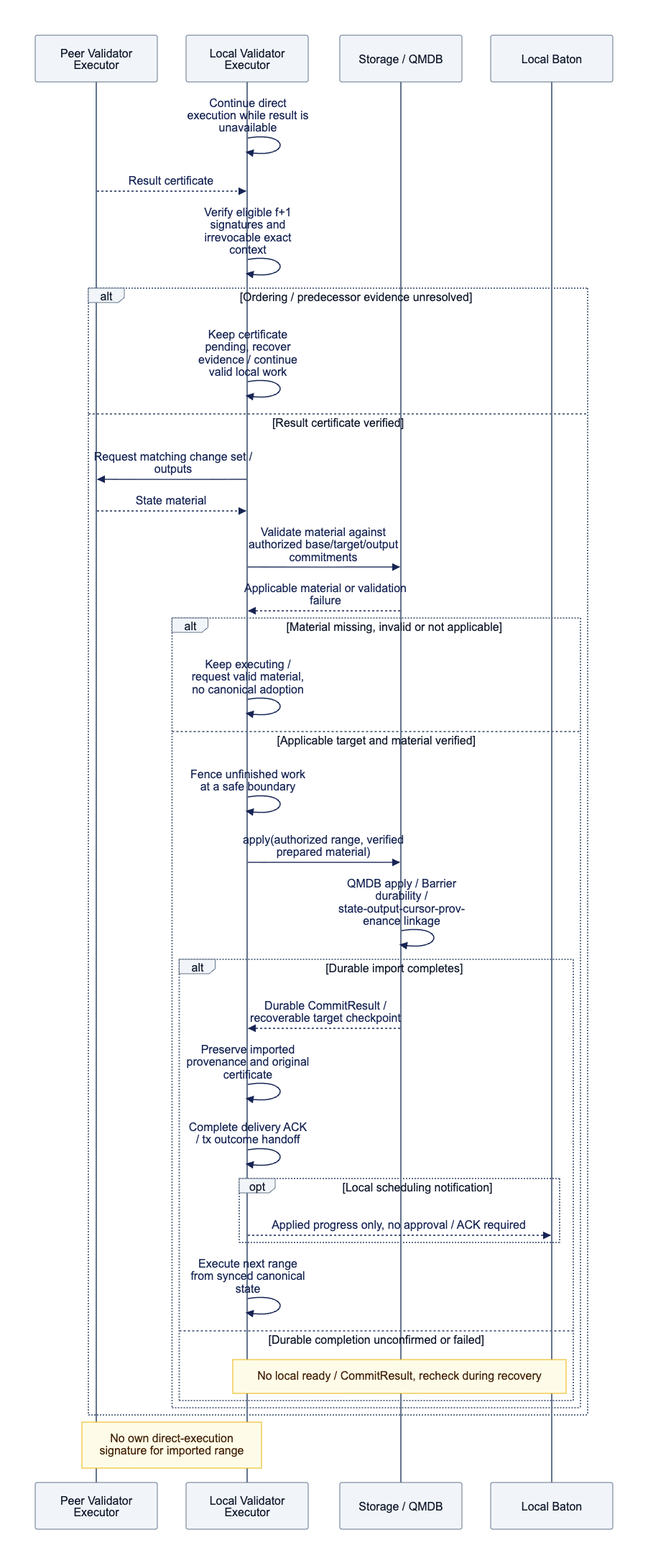
djm07073/baton-research keeps this Mermaid diagram as docs/assets/diagrams/diagram-14.png. Above is the earlier version. Its source is kept beside it as docs/assets/diagrams/diagram-14.mmd.
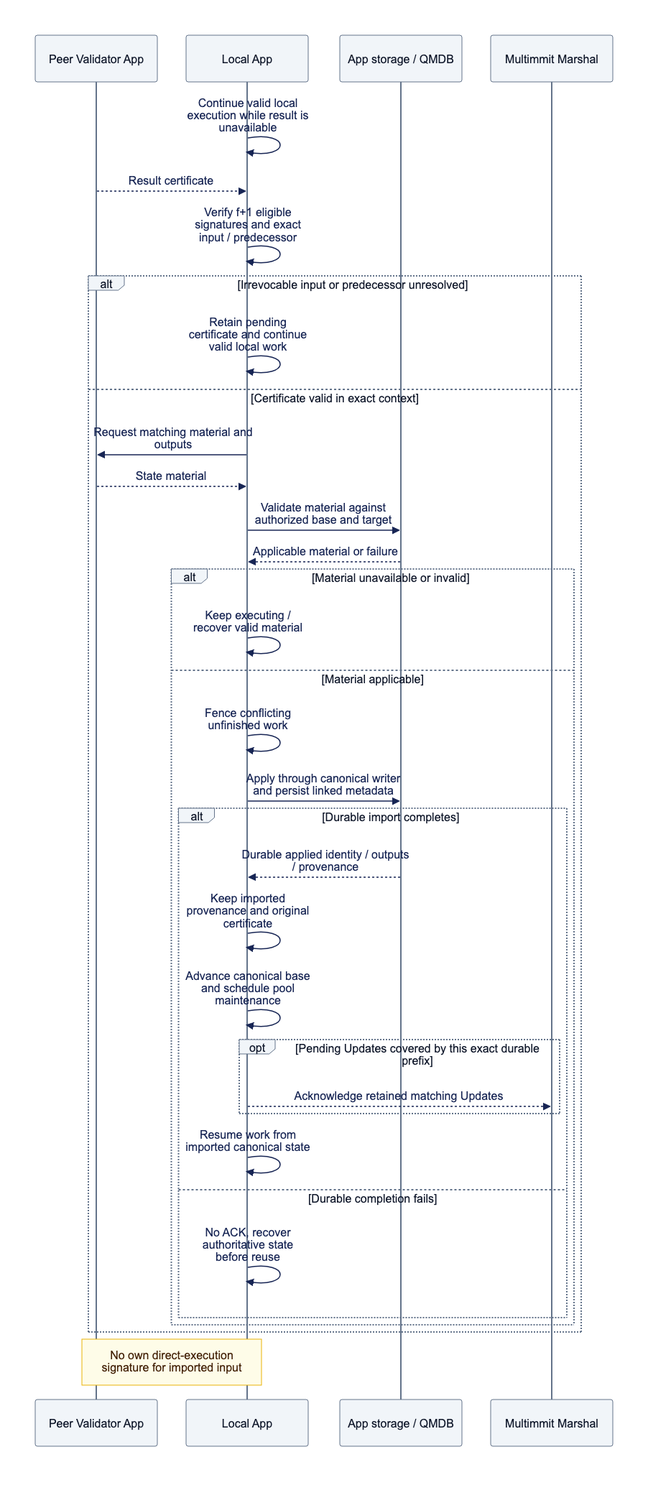
Later version of the same file.

Diff of the diagram source:
```diff
@@ -1,35 +1,34 @@
 sequenceDiagram
-    participant P as Peer Validator Executor
-    participant E as Local Validator Executor
-    participant Q as Storage / QMDB
-    participant B as Local Baton
-    E->>E: Continue direct execution while result is unavailable
-    P-->>E: Result certificate
-    E->>E: Verify eligible f+1 signatures and irrevocable exact context
-    alt Ordering / predecessor evidence unresolved
-        E->>E: Keep certificate pending, recover evidence / continue valid local work
-    else Result certificate verified
-        E->>P: Request matching change set / outputs
-        P-->>E: State material
-        E->>Q: Validate material against authorized base/target/output commitments
-        Q-->>E: Applicable material or validation failure
-        alt Material missing, invalid or not applicable
-            E->>E: Keep executing / request valid material, no canonical adoption
-        else Applicable target and material verified
-            E->>E: Fence unfinished work at a safe boundary
-            E->>Q: apply(authorized range, verified prepared material)
-            Q->>Q: QMDB apply / Barrier durability / state-output-cursor-provenance linkage
+    participant P as Peer Validator App
+    participant A as Local App
+    participant S as App storage / QMDB
+    participant M as Multimmit Marshal
+    A->>A: Continue valid local execution while result is unavailable
+    P-->>A: Result certificate
+    A->>A: Verify f+1 eligible signatures and exact input / predecessor
+    alt Irrevocable input or predecessor unresolved
+        A->>A: Retain pending certificate and continue valid local work
+    else Certificate valid in exact context
+        A->>P: Request matching material and outputs
+        P-->>A: State material
+        A->>S: Validate material against authorized base and target
+        S-->>A: Applicable material or failure
+        alt Material unavailable or invalid
+            A->>A: Keep executing / recover valid material
+        else Material applicable
+            A->>A: Fence conflicting unfinished work
+            A->>S: Apply through canonical writer and persist linked metadata
             alt Durable import completes
-                Q-->>E: Durable CommitResult / recoverable target checkpoint
-                E->>E: Preserve imported provenance and original certificate
-                E->>E: Complete delivery ACK / tx outcome handoff
-                opt Local scheduling notification
-                    E-->>B: Applied progress only, no approval / ACK required
+                S-->>A: Durable applied identity / outputs / provenance
+                A->>A: Keep imported provenance and original certificate
+                A->>A: Advance canonical base and schedule pool maintenance
+                opt Pending Updates covered by this exact durable prefix
+                    A-->>M: Acknowledge retained matching Updates
                 end
-                E->>E: Execute next range from synced canonical state
-            else Durable completion unconfirmed or failed
-                Note over E,B: No local ready / CommitResult, recheck during recovery
+                A->>A: Resume work from imported canonical state
+            else Durable completion fails
+                A->>A: No ACK, recover authoritative state before reuse
             end
         end
     end
-    Note over P,E: No own direct-execution signature for imported range
+    Note over P,A: No own direct-execution signature for imported input
```
